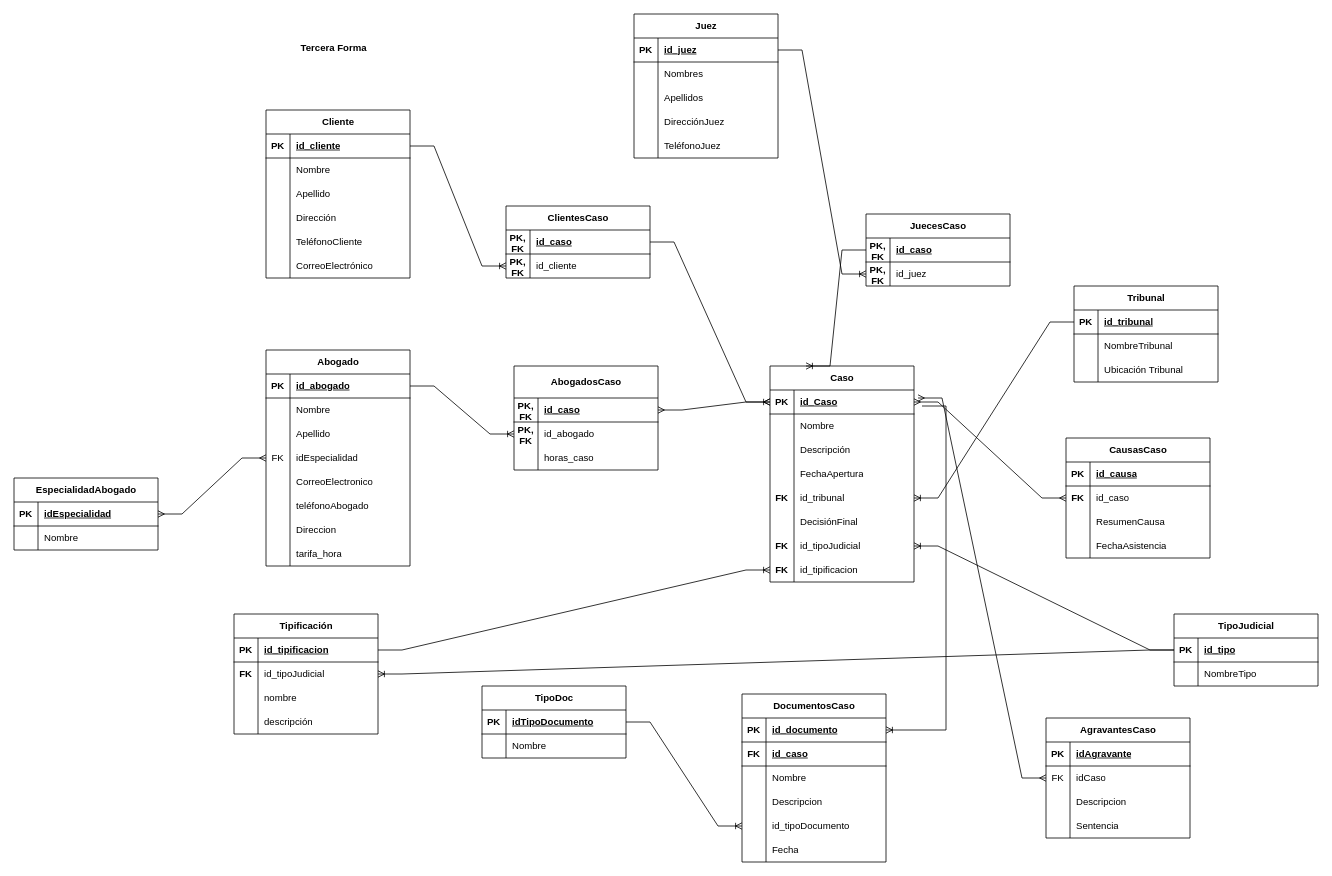
The draw.io diagram CasoNormalizacionBufeteAbogados3FN.drawio in winston142O/Diagrams, before the edit. Source tidied: cells renumbered, new cells numbered last; positions are measured from the earlier drawing's top-left corner, leaving out a move shared by most shapes. Both pictures are drawn from the tidied source at 80%, with x=0, y=0 at pixel (14, 14).
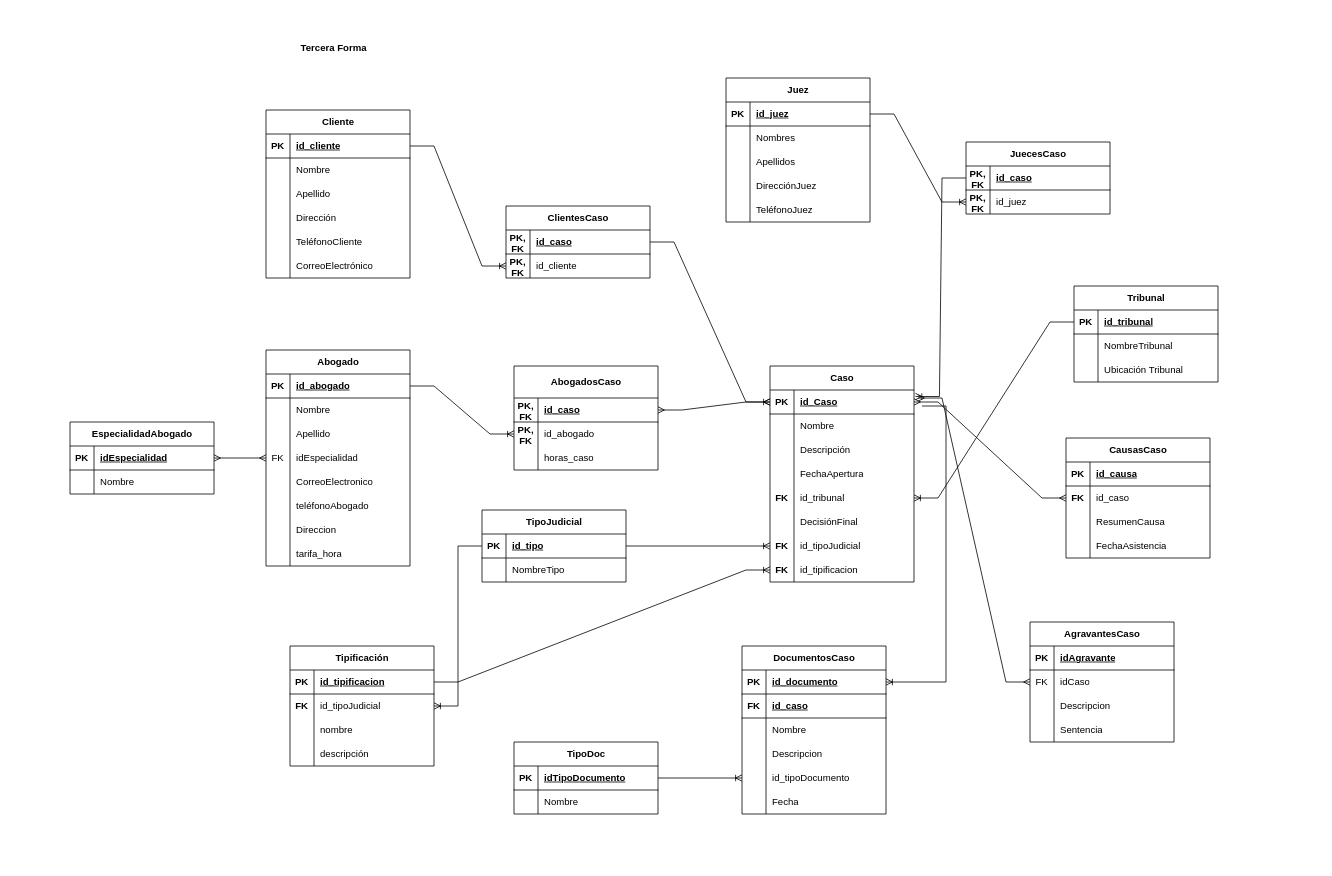
The same page after the edit.

Unchanged cells that the change refers to:
```xml
<mxCell id="57" value="Caso" style="shape=table;startSize=30;childLayout=tableLayout;rowLines=0;fontStyle=1;align=center;html=1;" parent="1" vertex="1">
  <mxGeometry x="945" y="440" width="180" height="270" as="geometry" />
</mxCell>
<mxCell id="58" style="shape=tableRow;horizontal=0;startSize=0;swimlaneHead=0;swimlaneBody=0;fillColor=none;points=[[0,0.5],[1,0.5]];portConstraint=eastwest;top=0;left=0;right=0;bottom=1;" parent="57" vertex="1">
  <mxGeometry y="30" width="180" height="30" as="geometry" />
</mxCell>
<mxCell id="76" style="shape=tableRow;horizontal=0;startSize=0;swimlaneHead=0;swimlaneBody=0;fillColor=none;points=[[0,0.5],[1,0.5]];portConstraint=eastwest;top=0;left=0;right=0;bottom=0;" parent="57" vertex="1">
  <mxGeometry y="210" width="180" height="30" as="geometry" />
</mxCell>
<mxCell id="129" style="shape=tableRow;horizontal=0;startSize=0;swimlaneHead=0;swimlaneBody=0;fillColor=none;points=[[0,0.5],[1,0.5]];portConstraint=eastwest;top=0;left=0;right=0;bottom=1;" parent="128" vertex="1">
  <mxGeometry y="30" width="180" height="30" as="geometry" />
</mxCell>
<mxCell id="136" style="shape=tableRow;horizontal=0;startSize=0;swimlaneHead=0;swimlaneBody=0;fillColor=none;points=[[0,0.5],[1,0.5]];portConstraint=eastwest;top=0;left=0;right=0;bottom=1;" parent="135" vertex="1">
  <mxGeometry y="30" width="180" height="30" as="geometry" />
</mxCell>
```

Diff of the diagram source:
```diff
@@
     <mxCell id="82" value="Juez" style="shape=table;startSize=30;childLayout=tableLayout;rowLines=0;fontStyle=1;align=center;html=1;" parent="1" vertex="1">
-      <mxGeometry x="775" width="180" height="180" as="geometry" />
+      <mxGeometry x="890" y="80" width="180" height="180" as="geometry" />
     </mxCell>
@@
     <mxCell id="128" value="JuecesCaso" style="shape=table;startSize=30;childLayout=tableLayout;rowLines=0;fontStyle=1;align=center;html=1;" parent="1" vertex="1">
-      <mxGeometry x="1065" y="250" width="180" height="90" as="geometry" />
+      <mxGeometry x="1190" y="160" width="180" height="90" as="geometry" />
     </mxCell>
@@
     <mxCell id="135" value="TipoJudicial" style="shape=table;startSize=30;childLayout=tableLayout;rowLines=0;fontStyle=1;align=center;html=1;" parent="1" vertex="1">
-      <mxGeometry x="1450" y="750" width="180" height="90" as="geometry" />
+      <mxGeometry x="585" y="620" width="180" height="90" as="geometry" />
     </mxCell>
@@
     <mxCell id="142" value="Tipificación" style="shape=table;startSize=30;childLayout=tableLayout;rowLines=0;fontStyle=1;align=center;html=1;" parent="1" vertex="1">
-      <mxGeometry x="275" y="750" width="180" height="150" as="geometry" />
+      <mxGeometry x="345" y="790" width="180" height="150" as="geometry" />
     </mxCell>
@@
-    <mxCell id="155" style="edgeStyle=entityRelationEdgeStyle;fontSize=12;html=1;endArrow=ERoneToMany;rounded=0;entryX=1;entryY=0.5;entryDx=0;entryDy=0;exitX=0;exitY=0.5;exitDx=0;exitDy=0;" parent="1" edge="1" source="136" target="76">
+    <mxCell id="155" style="edgeStyle=entityRelationEdgeStyle;fontSize=12;html=1;endArrow=ERoneToMany;rounded=0;exitX=1;exitY=0.5;exitDx=0;exitDy=0;entryX=0;entryY=0.5;entryDx=0;entryDy=0;" parent="1" edge="1" source="136" target="76">
       <mxGeometry relative="1" as="geometry" />
     </mxCell>
@@
-    <mxCell id="162" style="edgeStyle=entityRelationEdgeStyle;fontSize=12;html=1;endArrow=ERoneToMany;rounded=0;entryX=0.25;entryY=0;entryDx=0;entryDy=0;exitX=0;exitY=0.5;exitDx=0;exitDy=0;" parent="1" edge="1" source="129" target="57">
+    <mxCell id="162" style="edgeStyle=entityRelationEdgeStyle;fontSize=12;html=1;endArrow=ERoneToMany;rounded=0;entryX=1.01;entryY=0.271;entryDx=0;entryDy=0;exitX=0;exitY=0.5;exitDx=0;exitDy=0;entryPerimeter=0;" parent="1" edge="1" source="129" target="58">
       <mxGeometry relative="1" as="geometry">
         <Array as="points">
           <mxPoint x="865" y="350" />
           <mxPoint x="855" y="370" />
           <mxPoint x="935" y="370" />
           <mxPoint x="990" y="390" />
         </Array>
       </mxGeometry>
     </mxCell>
@@
     <mxCell id="164" value="DocumentosCaso" style="shape=table;startSize=30;childLayout=tableLayout;rowLines=0;fontStyle=1;align=center;html=1;" parent="1" vertex="1">
-      <mxGeometry x="910" y="850" width="180" height="210" as="geometry" />
+      <mxGeometry x="910" y="790" width="180" height="210" as="geometry" />
     </mxCell>
@@
     <mxCell id="183" value="TipoDoc" style="shape=table;startSize=30;childLayout=tableLayout;rowLines=0;fontStyle=1;align=center;html=1;" parent="1" vertex="1">
-      <mxGeometry x="585" y="840" width="180" height="90" as="geometry" />
+      <mxGeometry x="625" y="910" width="180" height="90" as="geometry" />
     </mxCell>
@@
     <mxCell id="192" value="AgravantesCaso" style="shape=table;startSize=30;childLayout=tableLayout;rowLines=0;fontStyle=1;align=center;html=1;" parent="1" vertex="1">
-      <mxGeometry x="1290" y="880" width="180" height="150" as="geometry" />
+      <mxGeometry x="1270" y="760" width="180" height="150" as="geometry" />
     </mxCell>
@@
     <mxCell id="206" value="EspecialidadAbogado" style="shape=table;startSize=30;childLayout=tableLayout;rowLines=0;fontStyle=1;align=center;html=1;" parent="1" vertex="1">
-      <mxGeometry y="580" width="180" height="90" as="geometry" />
+      <mxGeometry x="70" y="510" width="180" height="90" as="geometry" />
     </mxCell>
```
